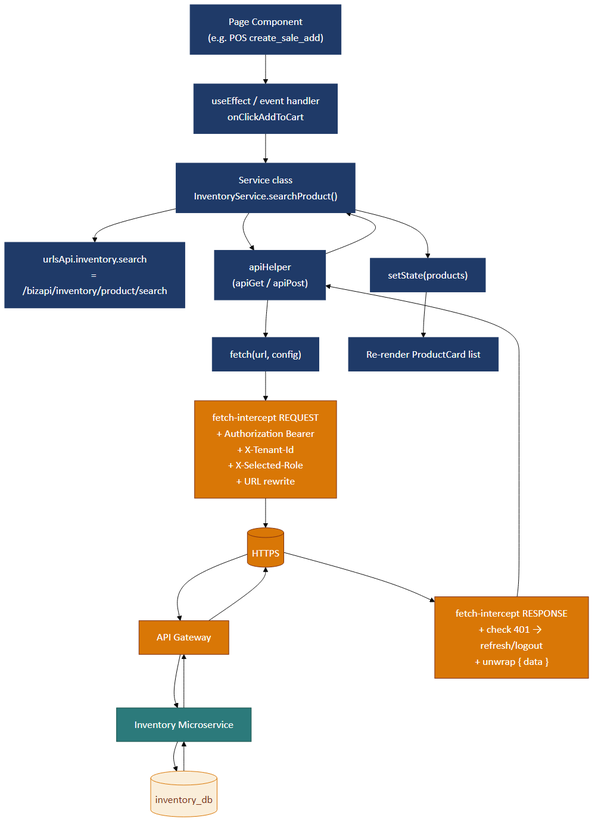
This is docs/sa/diagrams/11-service-layer-flow.png from ducdung872001/cloud-crm, a Mermaid export, as it was before one commit. Its source is kept beside it as docs/sa/diagrams/sources/11-service-layer-flow.mmd. The source it was exported from:
```mermaid
%%{init: {'theme':'base','themeVariables':{'fontFamily':'Calibri','fontSize':'18px'}}}%%
flowchart TB
    PAGE["Page Component<br/>(e.g. POS create_sale_add)"]
    HOOK["useEffect / event handler<br/>onClickAddToCart"]
    SVC["Service class<br/>InventoryService.searchProduct()"]
    URLS["urlsApi.inventory.search<br/>= /bizapi/inventory/product/search"]
    HELPER["apiHelper<br/>(apiGet / apiPost)"]
    FETCH["fetch(url, config)"]
    INT_REQ["fetch-intercept REQUEST<br/>+ Authorization Bearer<br/>+ X-Tenant-Id<br/>+ X-Selected-Role<br/>+ URL rewrite"]
    NET[("HTTPS")]
    GW["API Gateway"]
    BE["Inventory Microservice"]
    DB[("inventory_db")]
    INT_RES["fetch-intercept RESPONSE<br/>+ check 401 → refresh/logout<br/>+ unwrap { data }"]
    STATE["setState(products)"]
    RENDER["Re-render ProductCard list"]

    PAGE --> HOOK
    HOOK --> SVC
    SVC --> URLS
    SVC --> HELPER
    HELPER --> FETCH
    FETCH --> INT_REQ
    INT_REQ --> NET
    NET --> GW
    GW --> BE
    BE --> DB
    DB --> BE
    BE --> GW
    GW --> NET
    NET --> INT_RES
    INT_RES --> HELPER
    HELPER --> SVC
    SVC --> STATE
    STATE --> RENDER

    classDef fe fill:#1F3A68,stroke:#1F3A68,color:#fff
    classDef http fill:#D97706,stroke:#7C2D12,color:#fff
    classDef be fill:#2C7A7B,stroke:#0F4C44,color:#fff
    classDef data fill:#FAEEDA,stroke:#D97706,color:#7C2D12

    class PAGE,HOOK,SVC,URLS,HELPER,FETCH,STATE,RENDER fe
    class INT_REQ,INT_RES,NET,GW http
    class BE be
    class DB data
```
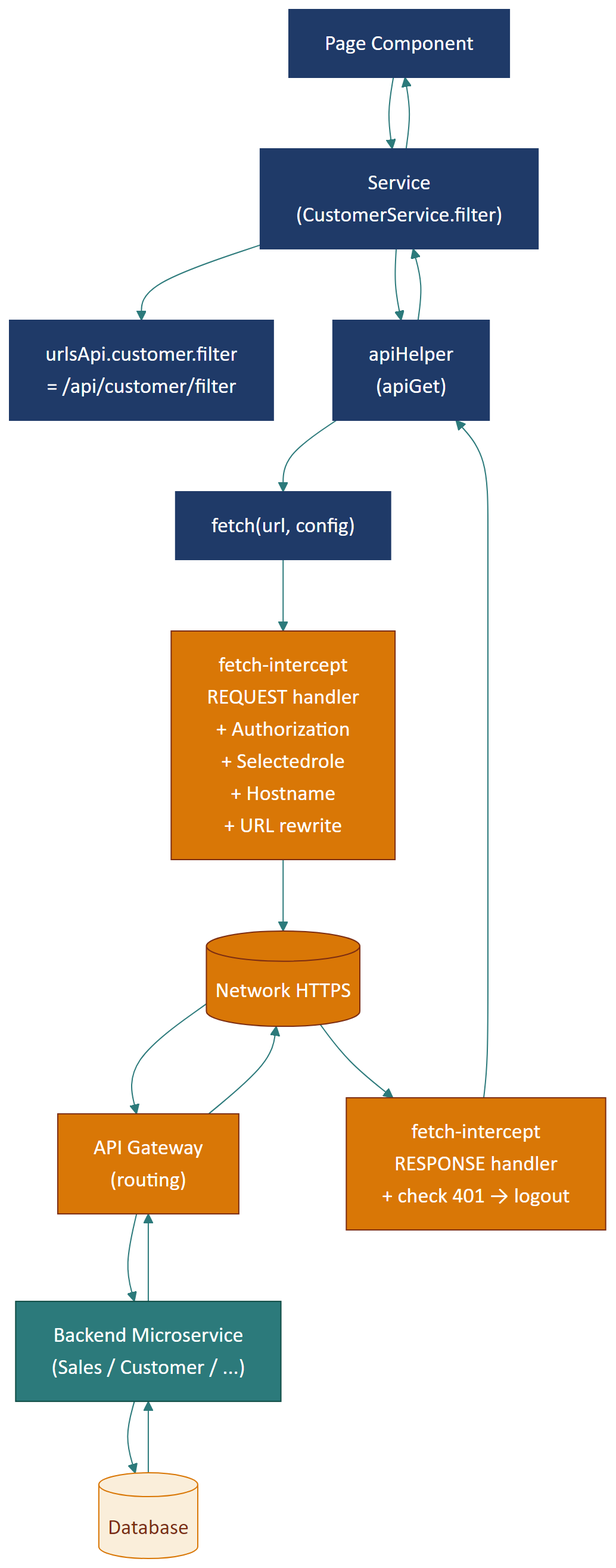
The same diagram one commit later.

What changed in the source:
```diff
@@ -1,45 +1,40 @@
 %%{init: {'theme':'base','themeVariables':{'fontFamily':'Calibri','fontSize':'18px'}}}%%
 flowchart TB
-    PAGE["Page Component<br/>(e.g. POS create_sale_add)"]
-    HOOK["useEffect / event handler<br/>onClickAddToCart"]
-    SVC["Service class<br/>InventoryService.searchProduct()"]
-    URLS["urlsApi.inventory.search<br/>= /bizapi/inventory/product/search"]
-    HELPER["apiHelper<br/>(apiGet / apiPost)"]
+    PAGE["Page Component"]
+    SVC["Service<br/>(CustomerService.filter)"]
+    URLS["urlsApi.customer.filter<br/>= /api/customer/filter"]
+    HELPER["apiHelper<br/>(apiGet)"]
     FETCH["fetch(url, config)"]
-    INT_REQ["fetch-intercept REQUEST<br/>+ Authorization Bearer<br/>+ X-Tenant-Id<br/>+ X-Selected-Role<br/>+ URL rewrite"]
-    NET[("HTTPS")]
-    GW["API Gateway"]
-    BE["Inventory Microservice"]
-    DB[("inventory_db")]
-    INT_RES["fetch-intercept RESPONSE<br/>+ check 401 → refresh/logout<br/>+ unwrap { data }"]
-    STATE["setState(products)"]
-    RENDER["Re-render ProductCard list"]
+    INT_REQ["fetch-intercept<br/>REQUEST handler<br/>+ Authorization<br/>+ Selectedrole<br/>+ Hostname<br/>+ URL rewrite"]
+    NET[("Network HTTPS")]
+    GW["API Gateway<br/>(routing)"]
+    SVC_BE["Backend Microservice<br/>(Sales / Customer / ...)"]
+    DB[("Database")]
+    INT_RES["fetch-intercept<br/>RESPONSE handler<br/>+ check 401 → logout"]
 
-    PAGE --> HOOK
-    HOOK --> SVC
+    PAGE --> SVC
     SVC --> URLS
     SVC --> HELPER
     HELPER --> FETCH
     FETCH --> INT_REQ
     INT_REQ --> NET
     NET --> GW
-    GW --> BE
-    BE --> DB
-    DB --> BE
-    BE --> GW
+    GW --> SVC_BE
+    SVC_BE --> DB
+    DB --> SVC_BE
+    SVC_BE --> GW
     GW --> NET
     NET --> INT_RES
     INT_RES --> HELPER
     HELPER --> SVC
-    SVC --> STATE
-    STATE --> RENDER
+    SVC --> PAGE
 
     classDef fe fill:#1F3A68,stroke:#1F3A68,color:#fff
     classDef http fill:#D97706,stroke:#7C2D12,color:#fff
     classDef be fill:#2C7A7B,stroke:#0F4C44,color:#fff
     classDef data fill:#FAEEDA,stroke:#D97706,color:#7C2D12
 
-    class PAGE,HOOK,SVC,URLS,HELPER,FETCH,STATE,RENDER fe
+    class PAGE,SVC,URLS,HELPER,FETCH fe
     class INT_REQ,INT_RES,NET,GW http
-    class BE be
+    class SVC_BE be
     class DB data
```
